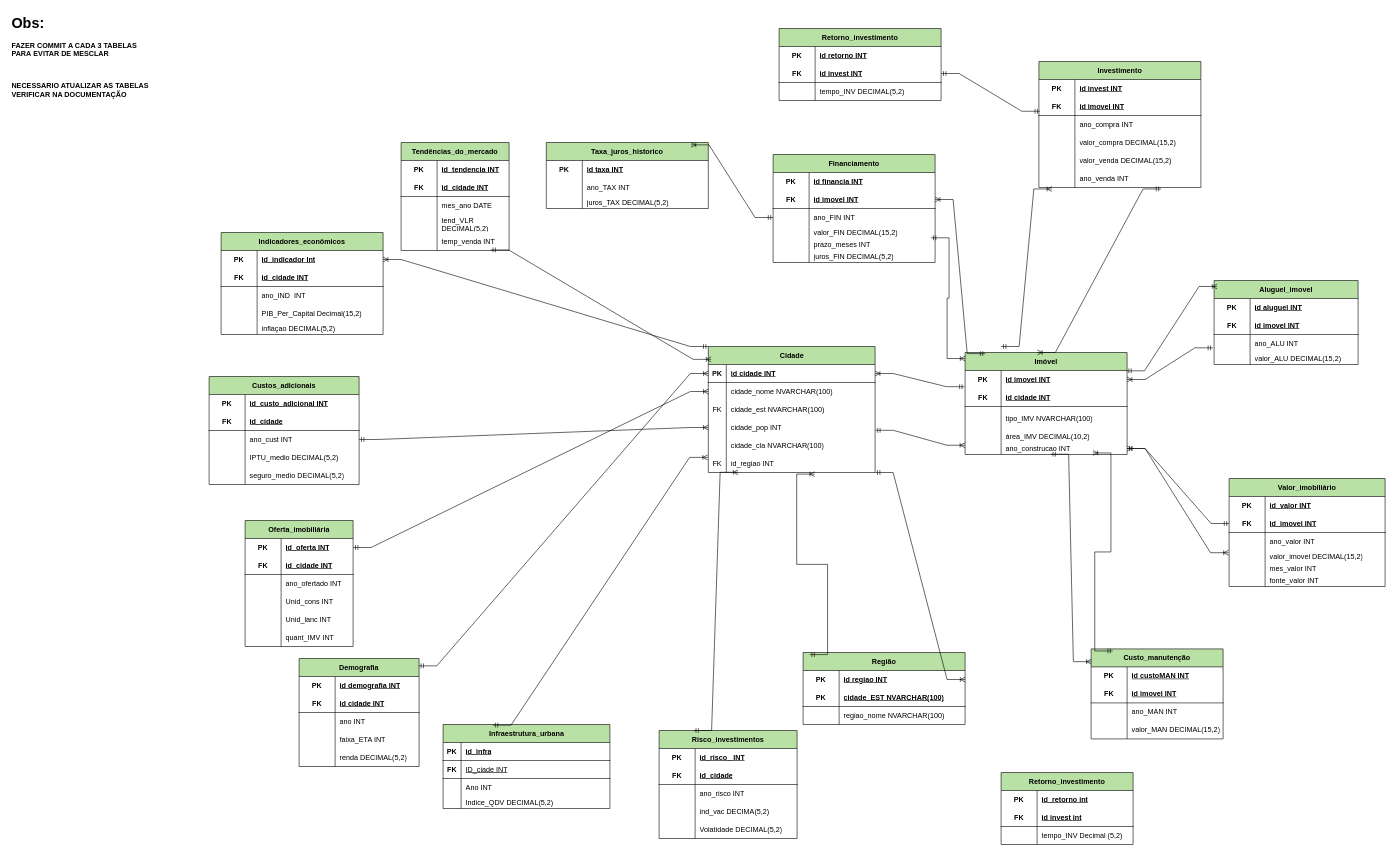
Before: GroupBy.drawio in Guilherme22B/Group_by, a draw.io diagram. Source tidied: cells renumbered, new cells numbered last; positions are measured from the earlier drawing's top-left corner, leaving out a move shared by most shapes. Both pictures are drawn from the tidied source at 60%, with x=0, y=0 at pixel (10, 10).
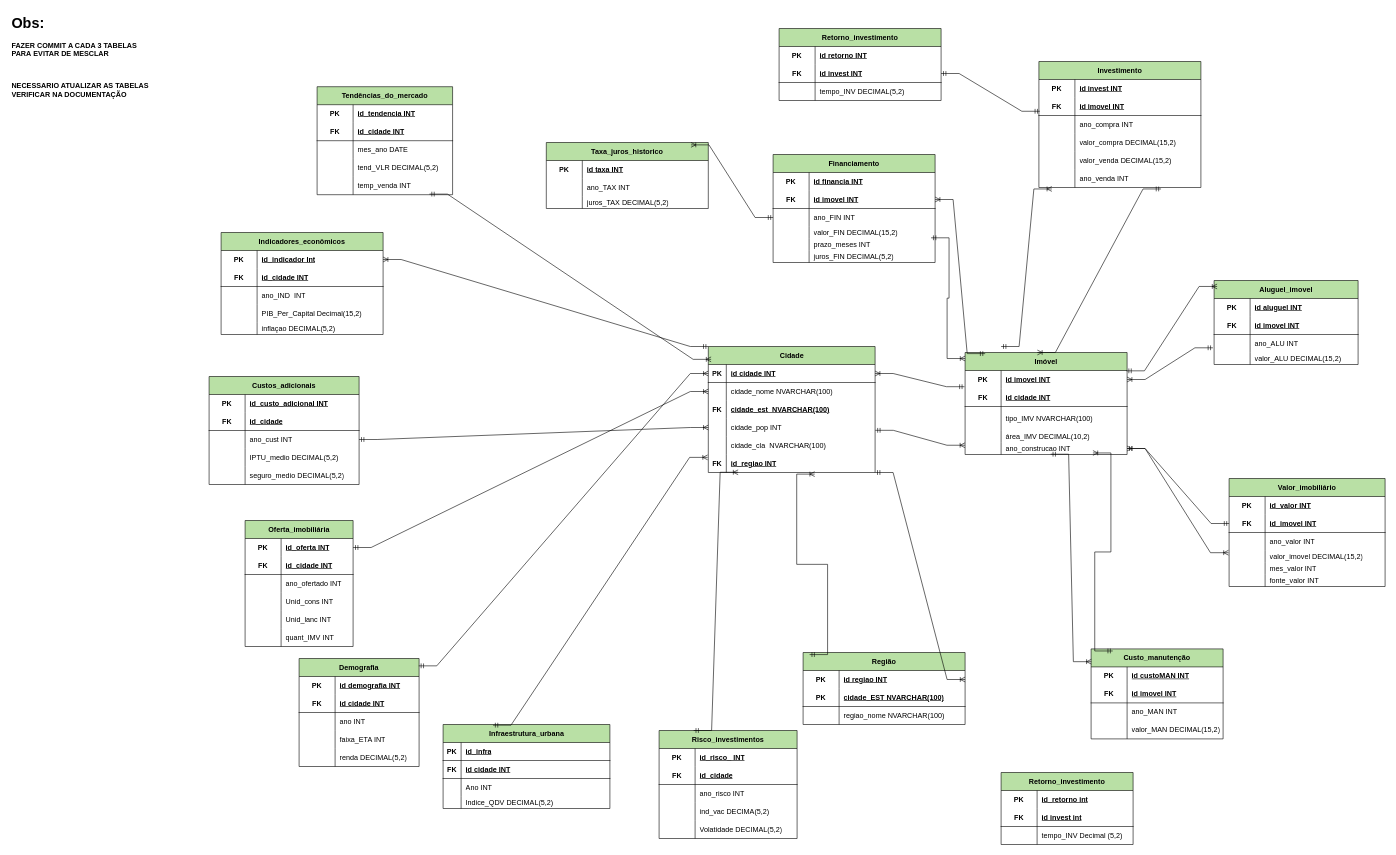
The same diagram, later.

Commit message:
Atualizando tabelas

The change refers to these unchanged cells:
```xml
<mxCell id="46" style="shape=tableRow;horizontal=0;startSize=0;swimlaneHead=0;swimlaneBody=0;fillColor=none;top=0;left=0;right=0;bottom=0;" parent="39" vertex="1">
  <mxGeometry y="90" width="278" height="30" as="geometry" />
</mxCell>
<mxCell id="52" style="shape=tableRow;horizontal=0;startSize=0;swimlaneHead=0;swimlaneBody=0;fillColor=none;top=0;left=0;right=0;bottom=0;" parent="39" vertex="1">
  <mxGeometry y="150" width="278" height="30" as="geometry" />
</mxCell>
<mxCell id="55" style="shape=tableRow;horizontal=0;startSize=0;swimlaneHead=0;swimlaneBody=0;fillColor=none;points=[[0,0.5],[1,0.5]];portConstraint=eastwest;top=0;left=0;right=0;bottom=0;" parent="39" vertex="1">
  <mxGeometry y="180" width="278" height="30" as="geometry" />
</mxCell>
<mxCell id="184" style="shape=tableRow;horizontal=0;startSize=0;swimlaneHead=0;swimlaneBody=0;fillColor=none;top=0;left=0;right=0;bottom=1;" parent="180" vertex="1">
  <mxGeometry y="60" width="278" height="30" as="geometry" />
</mxCell>
```

Change to the diagram source:
```diff
@@
-    <mxCell id="47" value="FK" style="shape=partialRectangle;fillColor=none;top=0;left=0;bottom=0;right=0;overflow=hidden;whiteSpace=wrap;html=1;" parent="46" vertex="1">
+    <mxCell id="47" value="&lt;b&gt;FK&lt;/b&gt;" style="shape=partialRectangle;fillColor=none;top=0;left=0;bottom=0;right=0;overflow=hidden;whiteSpace=wrap;html=1;" parent="46" vertex="1">
       <mxGeometry width="30" height="30" as="geometry" />
     </mxCell>
-    <mxCell id="48" value="cidade_est&amp;nbsp;NVARCHAR(100)" style="shape=partialRectangle;fillColor=none;top=0;left=0;bottom=0;right=0;align=left;spacingLeft=6;overflow=hidden;whiteSpace=wrap;html=1;" parent="46" vertex="1">
+    <mxCell id="48" value="&lt;u&gt;&lt;b&gt;cidade_est&amp;nbsp; NVARCHAR(100)&lt;/b&gt;&lt;/u&gt;" style="shape=partialRectangle;fillColor=none;top=0;left=0;bottom=0;right=0;align=left;spacingLeft=6;overflow=hidden;whiteSpace=wrap;html=1;" parent="46" vertex="1">
       <mxGeometry x="30" width="248" height="30" as="geometry" />
     </mxCell>
@@
-    <mxCell id="54" value="cidade_cla&amp;nbsp;NVARCHAR(100)" style="shape=partialRectangle;fillColor=none;top=0;left=0;bottom=0;right=0;align=left;spacingLeft=6;overflow=hidden;whiteSpace=wrap;html=1;" parent="52" vertex="1">
+    <mxCell id="54" value="cidade_cla&amp;nbsp; NVARCHAR(100)" style="shape=partialRectangle;fillColor=none;top=0;left=0;bottom=0;right=0;align=left;spacingLeft=6;overflow=hidden;whiteSpace=wrap;html=1;" parent="52" vertex="1">
       <mxGeometry x="30" width="248" height="30" as="geometry" />
     </mxCell>
@@
-    <mxCell id="56" value="FK" style="shape=partialRectangle;fillColor=none;top=0;left=0;bottom=0;right=0;overflow=hidden;whiteSpace=wrap;html=1;" parent="55" vertex="1">
+    <mxCell id="56" value="&lt;b&gt;FK&lt;/b&gt;" style="shape=partialRectangle;fillColor=none;top=0;left=0;bottom=0;right=0;overflow=hidden;whiteSpace=wrap;html=1;" parent="55" vertex="1">
       <mxGeometry width="30" height="30" as="geometry" />
     </mxCell>
-    <mxCell id="57" value="id_regiao INT" style="shape=partialRectangle;fillColor=none;top=0;left=0;bottom=0;right=0;align=left;spacingLeft=6;overflow=hidden;whiteSpace=wrap;html=1;" parent="55" vertex="1">
+    <mxCell id="57" value="&lt;u&gt;&lt;b&gt;id_regiao INT&lt;/b&gt;&lt;/u&gt;" style="shape=partialRectangle;fillColor=none;top=0;left=0;bottom=0;right=0;align=left;spacingLeft=6;overflow=hidden;whiteSpace=wrap;html=1;" parent="55" vertex="1">
       <mxGeometry x="30" width="248" height="30" as="geometry" />
     </mxCell>
@@
-    <mxCell id="186" value="&lt;span style=&quot;font-weight: 400;&quot;&gt;ID_ciade INT&lt;/span&gt;" style="shape=partialRectangle;fillColor=none;top=0;left=0;bottom=0;right=0;align=left;spacingLeft=6;fontStyle=5;overflow=hidden;whiteSpace=wrap;html=1;" parent="184" vertex="1">
+    <mxCell id="186" value="id cidade INT" style="shape=partialRectangle;fillColor=none;top=0;left=0;bottom=0;right=0;align=left;spacingLeft=6;fontStyle=5;overflow=hidden;whiteSpace=wrap;html=1;" parent="184" vertex="1">
       <mxGeometry x="30" width="248" height="30" as="geometry" />
     </mxCell>
@@
     <mxCell id="212" value="Tendências_do_mercado" style="shape=table;startSize=30;childLayout=tableLayout;rowLines=0;fontStyle=1;align=center;html=1;whiteSpace=wrap;fillColor=#B9E0A5;" parent="1" vertex="1">
-      <mxGeometry x="651" y="220" width="180" height="180" as="geometry" />
+      <mxGeometry x="511" y="127" width="225.8" height="180" as="geometry" />
     </mxCell>
     <mxCell id="213" style="shape=tableRow;horizontal=0;startSize=0;swimlaneHead=0;swimlaneBody=0;fillColor=none;top=0;left=0;right=0;bottom=0;html=1;" parent="212" vertex="1">
-      <mxGeometry y="30" width="180" height="30" as="geometry" />
+      <mxGeometry y="30" width="225.8" height="30" as="geometry" />
     </mxCell>
@@
     <mxCell id="215" value="id_tendencia INT" style="shape=partialRectangle;fillColor=none;top=0;left=0;bottom=0;right=0;align=left;spacingLeft=6;fontStyle=5;overflow=hidden;html=1;whiteSpace=wrap;" parent="213" vertex="1">
-      <mxGeometry x="60" width="120" height="30" as="geometry" />
+      <mxGeometry x="60" width="165.8" height="30" as="geometry" />
     </mxCell>
     <mxCell id="216" style="shape=tableRow;horizontal=0;startSize=0;swimlaneHead=0;swimlaneBody=0;fillColor=none;top=0;left=0;right=0;bottom=1;html=1;" parent="212" vertex="1">
-      <mxGeometry y="60" width="180" height="30" as="geometry" />
+      <mxGeometry y="60" width="225.8" height="30" as="geometry" />
     </mxCell>
@@
     <mxCell id="218" value="id_cidade INT" style="shape=partialRectangle;fillColor=none;top=0;left=0;bottom=0;right=0;align=left;spacingLeft=6;fontStyle=5;overflow=hidden;html=1;whiteSpace=wrap;" parent="216" vertex="1">
-      <mxGeometry x="60" width="120" height="30" as="geometry" />
+      <mxGeometry x="60" width="165.8" height="30" as="geometry" />
     </mxCell>
     <mxCell id="219" style="shape=tableRow;horizontal=0;startSize=0;swimlaneHead=0;swimlaneBody=0;fillColor=none;top=0;left=0;right=0;bottom=0;html=1;" parent="212" vertex="1">
-      <mxGeometry y="90" width="180" height="30" as="geometry" />
+      <mxGeometry y="90" width="225.8" height="30" as="geometry" />
     </mxCell>
@@
     <mxCell id="221" value="mes_ano DATE" style="shape=partialRectangle;fillColor=none;top=0;left=0;bottom=0;right=0;align=left;spacingLeft=6;overflow=hidden;html=1;whiteSpace=wrap;" parent="219" vertex="1">
-      <mxGeometry x="60" width="120" height="30" as="geometry" />
+      <mxGeometry x="60" width="165.8" height="30" as="geometry" />
     </mxCell>
     <mxCell id="222" style="shape=tableRow;horizontal=0;startSize=0;swimlaneHead=0;swimlaneBody=0;fillColor=none;top=0;left=0;right=0;bottom=0;html=1;" parent="212" vertex="1">
-      <mxGeometry y="120" width="180" height="30" as="geometry" />
+      <mxGeometry y="120" width="225.8" height="30" as="geometry" />
     </mxCell>
@@
     <mxCell id="224" value="tend_VLR DECIMAL(5,2)" style="shape=partialRectangle;fillColor=none;top=0;left=0;bottom=0;right=0;align=left;spacingLeft=6;overflow=hidden;html=1;whiteSpace=wrap;" parent="222" vertex="1">
-      <mxGeometry x="60" width="120" height="30" as="geometry" />
+      <mxGeometry x="60" width="165.8" height="30" as="geometry" />
     </mxCell>
     <mxCell id="225" style="shape=tableRow;horizontal=0;startSize=0;swimlaneHead=0;swimlaneBody=0;fillColor=none;points=[[0,0.5],[1,0.5]];portConstraint=eastwest;top=0;left=0;right=0;bottom=0;html=1;" parent="212" vertex="1">
-      <mxGeometry y="150" width="180" height="30" as="geometry" />
+      <mxGeometry y="150" width="225.8" height="30" as="geometry" />
     </mxCell>
@@
     <mxCell id="227" value="temp_venda INT" style="shape=partialRectangle;fillColor=none;top=0;left=0;bottom=0;right=0;align=left;spacingLeft=6;overflow=hidden;html=1;whiteSpace=wrap;" parent="225" vertex="1">
-      <mxGeometry x="60" width="120" height="30" as="geometry" />
+      <mxGeometry x="60" width="165.8" height="30" as="geometry" />
     </mxCell>
```
